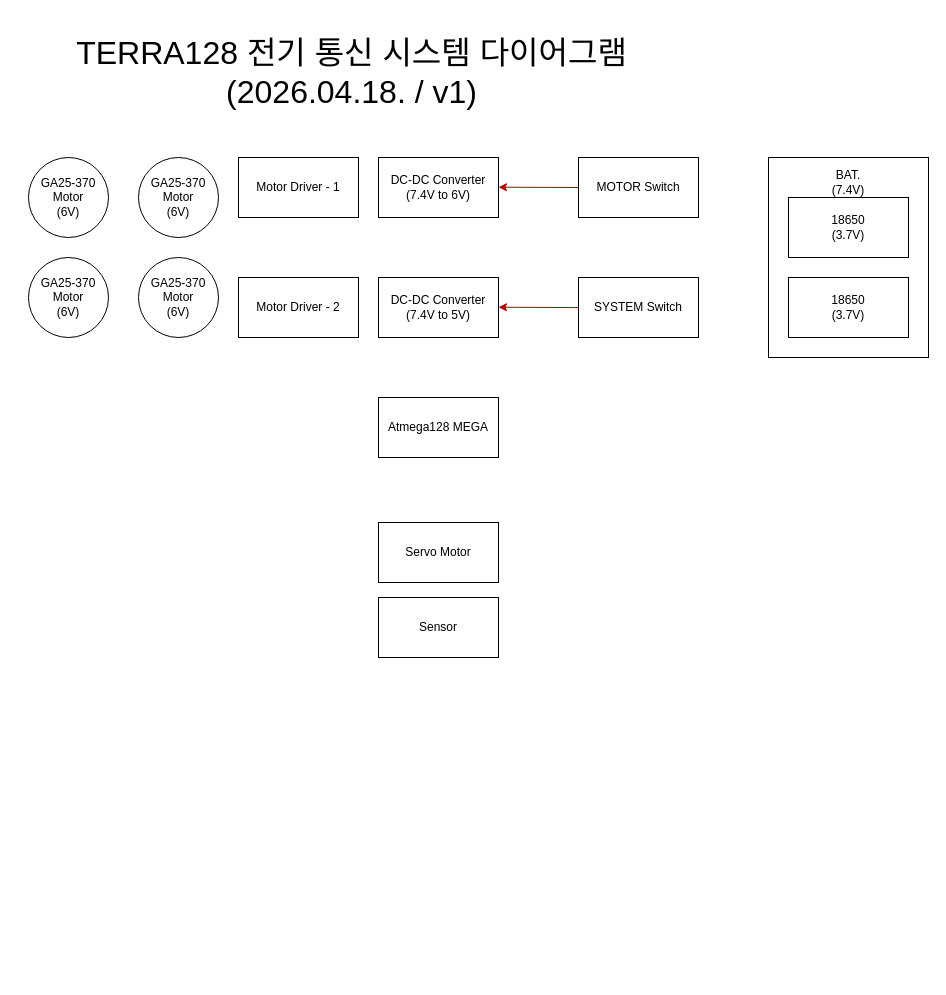
TERRA128/system-architecture keeps this draw.io diagram as architecture/Electronic_Communication_System_Diagram.drawio. Above is the earlier version. Source tidied: cells renumbered, new cells numbered last; positions are measured from the earlier drawing's top-left corner, leaving out a move shared by most shapes. Both pictures are drawn from the tidied source at 100%, with x=0, y=0 at pixel (28, 17).
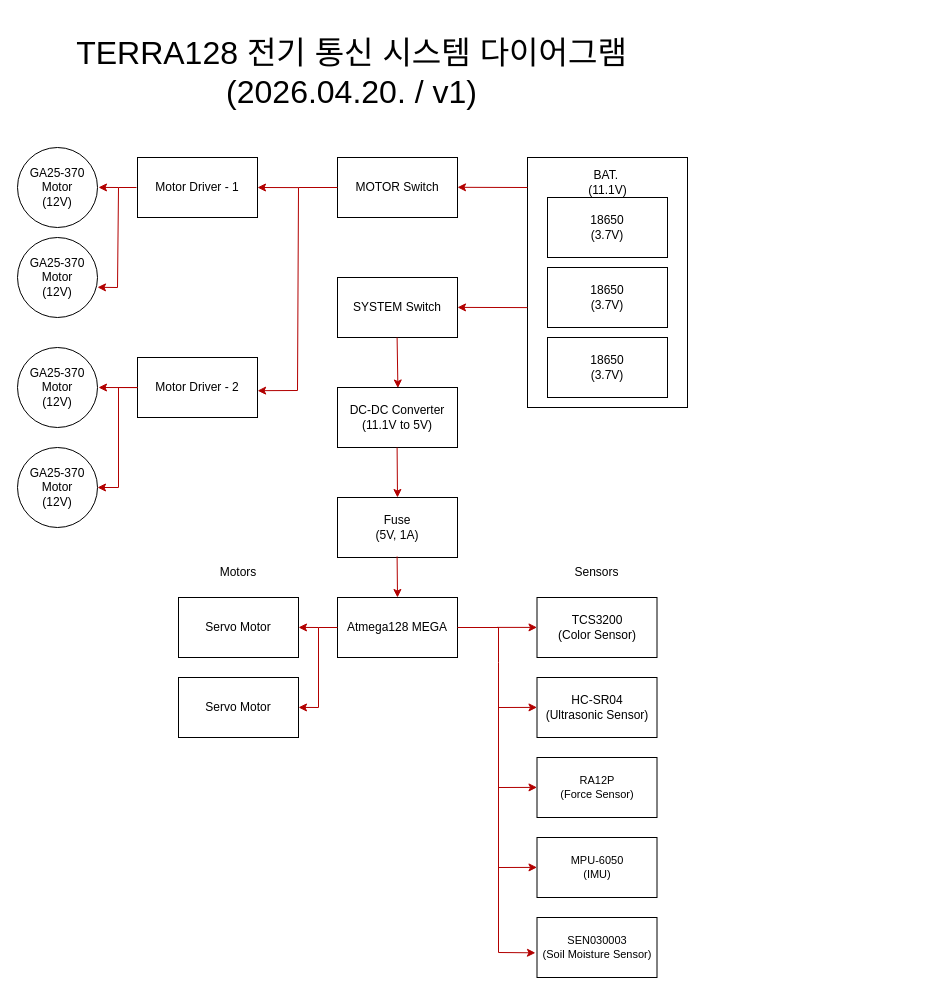
The same page after the edit.

Commit message:
:memo: Update: Architecture

Change to the diagram source:
```diff
@@
     <mxCell id="2" style="rounded=0;whiteSpace=wrap;html=1;" parent="1" vertex="1">
-      <mxGeometry x="740" y="140" width="160" height="200" as="geometry" />
+      <mxGeometry x="499" y="140" width="160" height="250" as="geometry" />
     </mxCell>
-    <mxCell id="3" value="TERRA128 전기 통신 시스템 다이어그램&lt;div&gt;(2026.04.18. / v1)&lt;/div&gt;" style="text;html=1;whiteSpace=wrap;strokeColor=none;fillColor=none;align=center;verticalAlign=middle;rounded=0;fontSize=32;" parent="1" vertex="1">
+    <mxCell id="3" value="TERRA128 전기 통신 시스템 다이어그램&lt;div&gt;(2026.04.20. / v1)&lt;/div&gt;" style="text;html=1;whiteSpace=wrap;strokeColor=none;fillColor=none;align=center;verticalAlign=middle;rounded=0;fontSize=32;" parent="1" vertex="1">
       <mxGeometry x="43" width="561" height="110" as="geometry" />
     </mxCell>
-    <mxCell id="4" value="GA25-370&lt;div&gt;Motor&lt;/div&gt;&lt;div&gt;(6V)&lt;/div&gt;" style="ellipse;whiteSpace=wrap;html=1;" parent="1" vertex="1">
-      <mxGeometry y="140" width="80" height="80" as="geometry" />
+    <mxCell id="4" value="GA25-370&lt;div&gt;Motor&lt;/div&gt;&lt;div&gt;(12V)&lt;/div&gt;" style="ellipse;whiteSpace=wrap;html=1;" parent="1" vertex="1">
+      <mxGeometry x="-11" y="220" width="80" height="80" as="geometry" />
     </mxCell>
-    <mxCell id="5" value="GA25-370&lt;div&gt;Motor&lt;/div&gt;&lt;div&gt;(6V)&lt;/div&gt;" style="ellipse;whiteSpace=wrap;html=1;" parent="1" vertex="1">
-      <mxGeometry y="240" width="80" height="80" as="geometry" />
+    <mxCell id="5" value="GA25-370&lt;div&gt;Motor&lt;/div&gt;&lt;div&gt;(12V)&lt;/div&gt;" style="ellipse;whiteSpace=wrap;html=1;" parent="1" vertex="1">
+      <mxGeometry x="-11" y="330" width="80" height="80" as="geometry" />
     </mxCell>
-    <mxCell id="6" value="GA25-370&lt;div&gt;Motor&lt;/div&gt;&lt;div&gt;(6V)&lt;/div&gt;" style="ellipse;whiteSpace=wrap;html=1;" parent="1" vertex="1">
-      <mxGeometry x="110" y="240" width="80" height="80" as="geometry" />
+    <mxCell id="6" value="GA25-370&lt;div&gt;Motor&lt;/div&gt;&lt;div&gt;(12V)&lt;/div&gt;" style="ellipse;whiteSpace=wrap;html=1;" parent="1" vertex="1">
+      <mxGeometry x="-11" y="430" width="80" height="80" as="geometry" />
     </mxCell>
-    <mxCell id="7" value="GA25-370&lt;div&gt;Motor&lt;/div&gt;&lt;div&gt;(6V)&lt;/div&gt;" style="ellipse;whiteSpace=wrap;html=1;" parent="1" vertex="1">
-      <mxGeometry x="110" y="140" width="80" height="80" as="geometry" />
+    <mxCell id="7" value="GA25-370&lt;div&gt;Motor&lt;/div&gt;&lt;div&gt;(12V)&lt;/div&gt;" style="ellipse;whiteSpace=wrap;html=1;" parent="1" vertex="1">
+      <mxGeometry x="-11" y="130" width="80" height="80" as="geometry" />
     </mxCell>
     <mxCell id="8" value="18650&lt;div&gt;(3.7V)&lt;/div&gt;" style="rounded=0;whiteSpace=wrap;html=1;" parent="1" vertex="1">
-      <mxGeometry x="760" y="180" width="120" height="60" as="geometry" />
+      <mxGeometry x="519" y="180" width="120" height="60" as="geometry" />
     </mxCell>
     <mxCell id="9" value="18650&lt;div&gt;(3.7V)&lt;/div&gt;" style="rounded=0;whiteSpace=wrap;html=1;" parent="1" vertex="1">
-      <mxGeometry x="760" y="260" width="120" height="60" as="geometry" />
+      <mxGeometry x="519" y="250" width="120" height="60" as="geometry" />
     </mxCell>
-    <mxCell id="10" value="BAT. (7.4V)" style="text;html=1;whiteSpace=wrap;strokeColor=none;fillColor=none;align=center;verticalAlign=middle;rounded=0;" parent="1" vertex="1">
-      <mxGeometry x="790" y="150" width="60" height="30" as="geometry" />
+    <mxCell id="10" value="BAT.&amp;nbsp;&lt;div&gt;(11.1V)&lt;/div&gt;" style="text;html=1;whiteSpace=wrap;strokeColor=none;fillColor=none;align=center;verticalAlign=middle;rounded=0;" parent="1" vertex="1">
+      <mxGeometry x="529.5" y="150" width="99" height="30" as="geometry" />
     </mxCell>
-    <mxCell id="11" value="DC-DC Converter&lt;div&gt;(7.4V to 6V)&lt;/div&gt;" style="rounded=0;whiteSpace=wrap;html=1;" parent="1" vertex="1">
-      <mxGeometry x="350" y="140" width="120" height="60" as="geometry" />
-    </mxCell>
-    <mxCell id="12" value="DC-DC Converter&lt;div&gt;(7.4V to 5V)&lt;/div&gt;" style="rounded=0;whiteSpace=wrap;html=1;" parent="1" vertex="1">
-      <mxGeometry x="350" y="260" width="120" height="60" as="geometry" />
+    <mxCell id="12" value="DC-DC Converter&lt;div&gt;(11.1V to 5V)&lt;/div&gt;" style="rounded=0;whiteSpace=wrap;html=1;" parent="1" vertex="1">
+      <mxGeometry x="309" y="370" width="120" height="60" as="geometry" />
     </mxCell>
-    <mxCell id="13" style="endArrow=classic;html=1;rounded=0;fontColor=light-dark(#000000,#FF3333);fillColor=#e51400;strokeColor=light-dark(#B20000,#FF0000);" parent="1" edge="1">
-      <mxGeometry relative="1" as="geometry">
-        <mxPoint x="550" y="170" as="sourcePoint" />
-        <mxPoint x="470" y="169.7" as="targetPoint" />
-      </mxGeometry>
-    </mxCell>
     <mxCell id="14" value="MOTOR Switch" style="rounded=0;whiteSpace=wrap;html=1;" parent="1" vertex="1">
-      <mxGeometry x="550" y="140" width="120" height="60" as="geometry" />
+      <mxGeometry x="309" y="140" width="120" height="60" as="geometry" />
     </mxCell>
     <mxCell id="15" value="SYSTEM Switch" style="rounded=0;whiteSpace=wrap;html=1;" parent="1" vertex="1">
-      <mxGeometry x="550" y="260" width="120" height="60" as="geometry" />
+      <mxGeometry x="309" y="260" width="120" height="60" as="geometry" />
     </mxCell>
-    <mxCell id="16" style="endArrow=classic;html=1;rounded=0;fontColor=light-dark(#000000,#FF3333);fillColor=#e51400;strokeColor=light-dark(#B20000,#FF0000);" parent="1" edge="1">
+    <mxCell id="16" style="endArrow=classic;html=1;rounded=0;fontColor=light-dark(#000000,#FF3333);fillColor=#e51400;strokeColor=light-dark(#B20000,#FF0000);entryX=0.456;entryY=0.009;entryDx=0;entryDy=0;entryPerimeter=0;" parent="1" edge="1">
       <mxGeometry relative="1" as="geometry">
-        <mxPoint x="550" y="290.1" as="sourcePoint" />
-        <mxPoint x="470" y="289.7" as="targetPoint" />
+        <mxPoint x="368.6" y="320" as="sourcePoint" />
+        <mxPoint x="369.4" y="370.5" as="targetPoint" />
       </mxGeometry>
     </mxCell>
     <mxCell id="17" value="Atmega128 MEGA" style="rounded=0;whiteSpace=wrap;html=1;" parent="1" vertex="1">
-      <mxGeometry x="350" y="380" width="120" height="60" as="geometry" />
+      <mxGeometry x="309" y="580" width="120" height="60" as="geometry" />
     </mxCell>
     <mxCell id="18" value="Servo Motor" style="rounded=0;whiteSpace=wrap;html=1;" parent="1" vertex="1">
-      <mxGeometry x="350" y="505" width="120" height="60" as="geometry" />
+      <mxGeometry x="150" y="580" width="120" height="60" as="geometry" />
     </mxCell>
-    <mxCell id="19" value="Sensor" style="rounded=0;whiteSpace=wrap;html=1;" parent="1" vertex="1">
-      <mxGeometry x="350" y="580" width="120" height="60" as="geometry" />
+    <mxCell id="19" value="TCS3200&lt;div&gt;(Color Sensor)&lt;/div&gt;" style="rounded=0;whiteSpace=wrap;html=1;" parent="1" vertex="1">
+      <mxGeometry x="508.5" y="580" width="120" height="60" as="geometry" />
     </mxCell>
     <mxCell id="20" value="Motor Driver - 1" style="rounded=0;whiteSpace=wrap;html=1;" parent="1" vertex="1">
-      <mxGeometry x="210" y="140" width="120" height="60" as="geometry" />
+      <mxGeometry x="109" y="140" width="120" height="60" as="geometry" />
     </mxCell>
     <mxCell id="21" value="Motor Driver - 2" style="rounded=0;whiteSpace=wrap;html=1;" parent="1" vertex="1">
-      <mxGeometry x="210" y="260" width="120" height="60" as="geometry" />
+      <mxGeometry x="109" y="340" width="120" height="60" as="geometry" />
     </mxCell>
+    <mxCell id="22" style="endArrow=classic;html=1;rounded=0;fontColor=light-dark(#000000,#FF3333);fillColor=#e51400;strokeColor=light-dark(#B20000,#FF0000);" parent="1" edge="1">
+      <mxGeometry relative="1" as="geometry">
+        <mxPoint x="368.6" y="430" as="sourcePoint" />
+        <mxPoint x="369" y="480" as="targetPoint" />
+      </mxGeometry>
+    </mxCell>
+    <mxCell id="23" style="endArrow=classic;html=1;rounded=0;fontColor=light-dark(#000000,#FF3333);fillColor=#e51400;strokeColor=light-dark(#B20000,#FF0000);" parent="1" edge="1">
+      <mxGeometry relative="1" as="geometry">
+        <mxPoint x="499" y="170" as="sourcePoint" />
+        <mxPoint x="429" y="169.8" as="targetPoint" />
+      </mxGeometry>
+    </mxCell>
+    <mxCell id="24" style="endArrow=classic;html=1;rounded=0;fontColor=light-dark(#000000,#FF3333);fillColor=#e51400;strokeColor=light-dark(#B20000,#FF0000);" parent="1" edge="1">
+      <mxGeometry relative="1" as="geometry">
+        <mxPoint x="499" y="290.1" as="sourcePoint" />
+        <mxPoint x="429" y="289.9" as="targetPoint" />
+      </mxGeometry>
+    </mxCell>
+    <mxCell id="25" style="endArrow=classic;html=1;rounded=0;fontColor=light-dark(#000000,#FF3333);fillColor=#e51400;strokeColor=light-dark(#B20000,#FF0000);entryX=1.001;entryY=0.553;entryDx=0;entryDy=0;entryPerimeter=0;exitX=0;exitY=0.5;exitDx=0;exitDy=0;" parent="1" edge="1" source="14" target="21">
+      <mxGeometry relative="1" as="geometry">
+        <Array as="points">
+          <mxPoint x="270" y="170" />
+          <mxPoint x="269" y="373" />
+        </Array>
+      </mxGeometry>
+    </mxCell>
+    <mxCell id="26" style="endArrow=classic;html=1;rounded=0;fontColor=light-dark(#000000,#FF3333);fillColor=#e51400;strokeColor=light-dark(#B20000,#FF0000);" parent="1" edge="1">
+      <mxGeometry relative="1" as="geometry">
+        <mxPoint x="108" y="170" as="sourcePoint" />
+        <mxPoint x="69" y="269.8" as="targetPoint" />
+        <Array as="points">
+          <mxPoint x="90" y="170" />
+          <mxPoint x="89" y="270" />
+        </Array>
+      </mxGeometry>
+    </mxCell>
+    <mxCell id="27" style="endArrow=classic;html=1;rounded=0;fontColor=light-dark(#000000,#FF3333);fillColor=#e51400;strokeColor=light-dark(#B20000,#FF0000);exitX=0;exitY=0.5;exitDx=0;exitDy=0;entryX=1;entryY=0.5;entryDx=0;entryDy=0;" parent="1" edge="1" source="21" target="6">
+      <mxGeometry relative="1" as="geometry">
+        <Array as="points">
+          <mxPoint x="90" y="370" />
+          <mxPoint x="90" y="470" />
+        </Array>
+      </mxGeometry>
+    </mxCell>
+    <mxCell id="28" value="18650&lt;div&gt;(3.7V)&lt;/div&gt;" style="rounded=0;whiteSpace=wrap;html=1;" parent="1" vertex="1">
+      <mxGeometry x="519" y="320" width="120" height="60" as="geometry" />
+    </mxCell>
+    <mxCell id="29" value="HC-SR04&lt;div&gt;(Ultrasonic Sensor)&lt;/div&gt;" style="rounded=0;whiteSpace=wrap;html=1;" parent="1" vertex="1">
+      <mxGeometry x="508.5" y="660" width="120" height="60" as="geometry" />
+    </mxCell>
+    <mxCell id="30" value="SEN030003&lt;div&gt;(Soil Moisture Sensor)&lt;/div&gt;" style="rounded=0;whiteSpace=wrap;html=1;fontSize=11;" parent="1" vertex="1">
+      <mxGeometry x="508.5" y="900" width="120" height="60" as="geometry" />
+    </mxCell>
+    <mxCell id="31" value="RA12P&lt;div&gt;(Force Sensor)&lt;/div&gt;" style="rounded=0;whiteSpace=wrap;html=1;fontSize=11;" parent="1" vertex="1">
+      <mxGeometry x="508.5" y="740" width="120" height="60" as="geometry" />
+    </mxCell>
+    <mxCell id="32" value="MPU-6050&lt;div&gt;(IMU)&lt;/div&gt;" style="rounded=0;whiteSpace=wrap;html=1;fontSize=11;" parent="1" vertex="1">
+      <mxGeometry x="508.5" y="820" width="120" height="60" as="geometry" />
+    </mxCell>
+    <mxCell id="33" style="endArrow=classic;html=1;rounded=0;fontColor=light-dark(#000000,#FF3333);fillColor=#e51400;strokeColor=light-dark(#B20000,#FF0000);entryX=-0.013;entryY=0.589;entryDx=0;entryDy=0;entryPerimeter=0;" parent="1" edge="1" target="30">
+      <mxGeometry relative="1" as="geometry">
+        <mxPoint x="429" y="610" as="sourcePoint" />
+        <Array as="points">
+          <mxPoint x="470" y="610" />
+          <mxPoint x="470" y="645" />
+          <mxPoint x="470" y="935" />
+        </Array>
+      </mxGeometry>
+    </mxCell>
+    <mxCell id="34" style="endArrow=classic;html=1;rounded=0;fontColor=light-dark(#000000,#FF3333);fillColor=#e51400;strokeColor=light-dark(#B20000,#FF0000);entryX=0;entryY=0.5;entryDx=0;entryDy=0;" parent="1" edge="1">
+      <mxGeometry relative="1" as="geometry">
+        <mxPoint x="468.5" y="609.9" as="sourcePoint" />
+        <mxPoint x="508.5" y="609.9" as="targetPoint" />
+      </mxGeometry>
+    </mxCell>
+    <mxCell id="35" style="endArrow=classic;html=1;rounded=0;fontColor=light-dark(#000000,#FF3333);fillColor=#e51400;strokeColor=light-dark(#B20000,#FF0000);entryX=0;entryY=0.5;entryDx=0;entryDy=0;" parent="1" edge="1">
+      <mxGeometry relative="1" as="geometry">
+        <mxPoint x="470" y="690" as="sourcePoint" />
+        <mxPoint x="508.5" y="689.9" as="targetPoint" />
+      </mxGeometry>
+    </mxCell>
+    <mxCell id="36" style="endArrow=classic;html=1;rounded=0;fontColor=light-dark(#000000,#FF3333);fillColor=#e51400;strokeColor=light-dark(#B20000,#FF0000);entryX=0;entryY=0.5;entryDx=0;entryDy=0;" parent="1" edge="1">
+      <mxGeometry relative="1" as="geometry">
+        <mxPoint x="470" y="770" as="sourcePoint" />
+        <mxPoint x="508.5" y="769.9" as="targetPoint" />
+      </mxGeometry>
+    </mxCell>
+    <mxCell id="37" style="endArrow=classic;html=1;rounded=0;fontColor=light-dark(#000000,#FF3333);fillColor=#e51400;strokeColor=light-dark(#B20000,#FF0000);entryX=0;entryY=0.5;entryDx=0;entryDy=0;" parent="1" edge="1">
+      <mxGeometry relative="1" as="geometry">
+        <mxPoint x="470" y="850" as="sourcePoint" />
+        <mxPoint x="508.5" y="849.9" as="targetPoint" />
+      </mxGeometry>
+    </mxCell>
+    <mxCell id="38" value="Sensors" style="text;html=1;whiteSpace=wrap;strokeColor=none;fillColor=none;align=center;verticalAlign=middle;rounded=0;" parent="1" vertex="1">
+      <mxGeometry x="519" y="540" width="99" height="30" as="geometry" />
+    </mxCell>
+    <mxCell id="39" value="Motors" style="text;html=1;whiteSpace=wrap;strokeColor=none;fillColor=none;align=center;verticalAlign=middle;rounded=0;" parent="1" vertex="1">
+      <mxGeometry x="175" y="540" width="70" height="30" as="geometry" />
+    </mxCell>
+    <mxCell id="40" value="Servo Motor" style="rounded=0;whiteSpace=wrap;html=1;" parent="1" vertex="1">
+      <mxGeometry x="150" y="660" width="120" height="60" as="geometry" />
+    </mxCell>
+    <mxCell id="41" style="endArrow=classic;html=1;rounded=0;fontColor=light-dark(#000000,#FF3333);fillColor=#e51400;strokeColor=light-dark(#B20000,#FF0000);entryX=0;entryY=0.5;entryDx=0;entryDy=0;exitX=0;exitY=0.5;exitDx=0;exitDy=0;" parent="1" edge="1" source="17">
+      <mxGeometry relative="1" as="geometry">
+        <mxPoint x="270" y="689.9" as="targetPoint" />
+        <Array as="points">
+          <mxPoint x="290" y="610" />
+          <mxPoint x="290" y="690" />
+        </Array>
+      </mxGeometry>
+    </mxCell>
+    <mxCell id="42" style="endArrow=classic;html=1;rounded=0;fontColor=light-dark(#000000,#FF3333);fillColor=#e51400;strokeColor=light-dark(#B20000,#FF0000);entryX=0;entryY=0.5;entryDx=0;entryDy=0;" parent="1" edge="1">
+      <mxGeometry relative="1" as="geometry">
+        <mxPoint x="290" y="610" as="sourcePoint" />
+        <mxPoint x="270" y="609.9" as="targetPoint" />
+      </mxGeometry>
+    </mxCell>
+    <mxCell id="43" style="endArrow=classic;html=1;rounded=0;fontColor=light-dark(#000000,#FF3333);fillColor=#e51400;strokeColor=light-dark(#B20000,#FF0000);entryX=1;entryY=0.5;entryDx=0;entryDy=0;exitX=0;exitY=0.5;exitDx=0;exitDy=0;" parent="1" edge="1" target="20">
+      <mxGeometry relative="1" as="geometry">
+        <mxPoint x="270" y="170.1" as="sourcePoint" />
+      </mxGeometry>
+    </mxCell>
+    <mxCell id="44" style="endArrow=classic;html=1;rounded=0;fontColor=light-dark(#000000,#FF3333);fillColor=#e51400;strokeColor=light-dark(#B20000,#FF0000);entryX=0;entryY=0.5;entryDx=0;entryDy=0;" parent="1" edge="1">
+      <mxGeometry relative="1" as="geometry">
+        <mxPoint x="90" y="170" as="sourcePoint" />
+        <mxPoint x="70" y="169.9" as="targetPoint" />
+      </mxGeometry>
+    </mxCell>
+    <mxCell id="45" style="endArrow=classic;html=1;rounded=0;fontColor=light-dark(#000000,#FF3333);fillColor=#e51400;strokeColor=light-dark(#B20000,#FF0000);entryX=0;entryY=0.5;entryDx=0;entryDy=0;exitX=0;exitY=0.5;exitDx=0;exitDy=0;" parent="1" edge="1">
+      <mxGeometry relative="1" as="geometry">
+        <mxPoint x="109" y="370.1" as="sourcePoint" />
+        <mxPoint x="70" y="370" as="targetPoint" />
+      </mxGeometry>
+    </mxCell>
+    <mxCell id="46" value="Fuse&lt;div&gt;(5V, 1A)&lt;/div&gt;" style="rounded=0;whiteSpace=wrap;html=1;" parent="1" vertex="1">
+      <mxGeometry x="309" y="480" width="120" height="60" as="geometry" />
+    </mxCell>
+    <mxCell id="47" style="endArrow=classic;html=1;rounded=0;fontColor=light-dark(#000000,#FF3333);fillColor=#e51400;strokeColor=light-dark(#B20000,#FF0000);" parent="1" edge="1">
+      <mxGeometry relative="1" as="geometry">
+        <mxPoint x="368.6" y="539" as="sourcePoint" />
+        <mxPoint x="369" y="580" as="targetPoint" />
+      </mxGeometry>
+    </mxCell>
```
